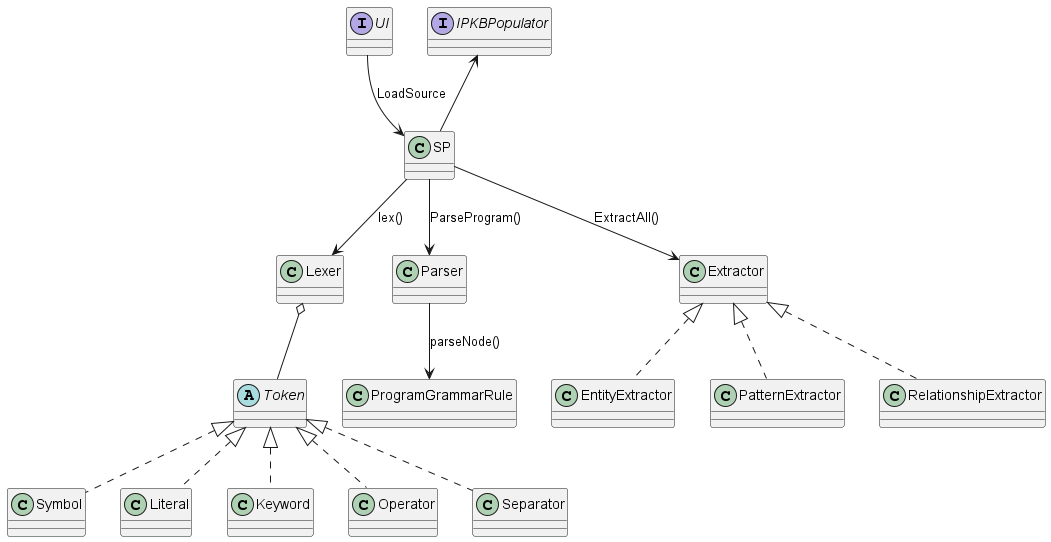
Before: docs/images/SPClassDiagram.png, a diagram exported from PlantUML (mazx4960/static-analyzer).
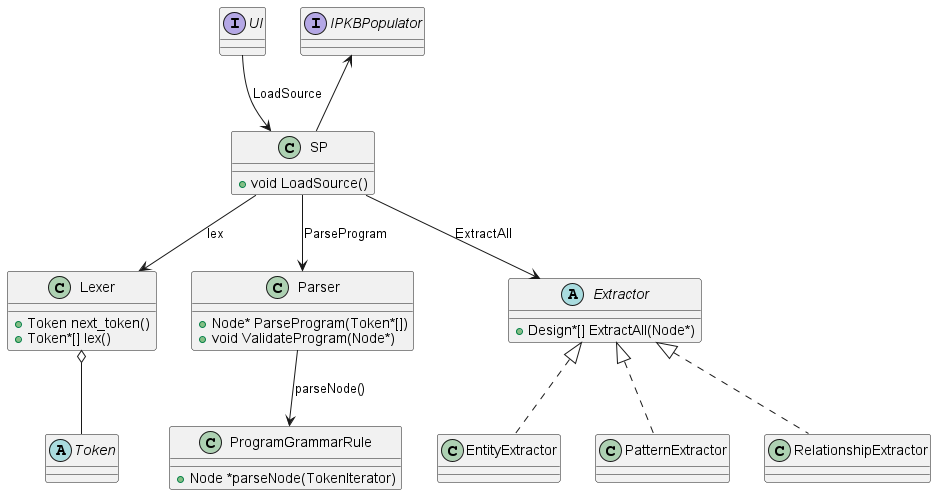
Above is the later version.

The edit, as a diff of the source:
```diff
@@ -3,16 +3,26 @@
 interface UI
 interface IPKBPopulator
 
-class SP
-class Lexer
+class SP {
+    +void LoadSource()
+}
+class Lexer {
+    +Token next_token()
+    +Token*[] lex()
+}
 abstract class Token
-Token <|.. Symbol
-Token <|.. Literal
-Token <|.. Keyword
-Token <|.. Operator
-Token <|.. Separator
 
-class Parser
+class Parser {
+    +Node* ParseProgram(Token*[])
+    +void ValidateProgram(Node*)
+}
+class ProgramGrammarRule {
+    +Node *parseNode(TokenIterator)
+}
+
+abstract class Extractor {
+    +Design*[] ExtractAll(Node*)
+}
 class EntityExtractor
 class PatternExtractor
 class RelationshipExtractor
@@ -20,9 +30,9 @@
 SP -up-> IPKBPopulator
 SP <-up- UI: LoadSource
 
-SP -down-> Lexer: lex()
-SP -down-> Parser: ParseProgram()
-SP -down-> Extractor: ExtractAll()
+SP -down-> Lexer: lex
+SP -down-> Parser: ParseProgram
+SP -down-> Extractor: ExtractAll
 
 Lexer o-- Token
 Parser -down-> ProgramGrammarRule: parseNode()
```
